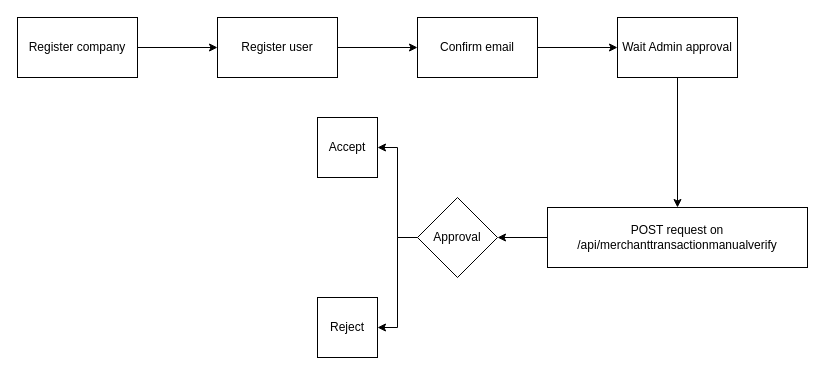
The draw.io diagram Flybyguys_merchant_registration.drawio in AlexanderPershin/Diagrams, before the edit. Source tidied: cells renumbered, new cells numbered last; positions are measured from the earlier drawing's top-left corner, leaving out a move shared by most shapes. Both pictures are drawn from the tidied source at 100%, with x=0, y=0 at pixel (17, 17).
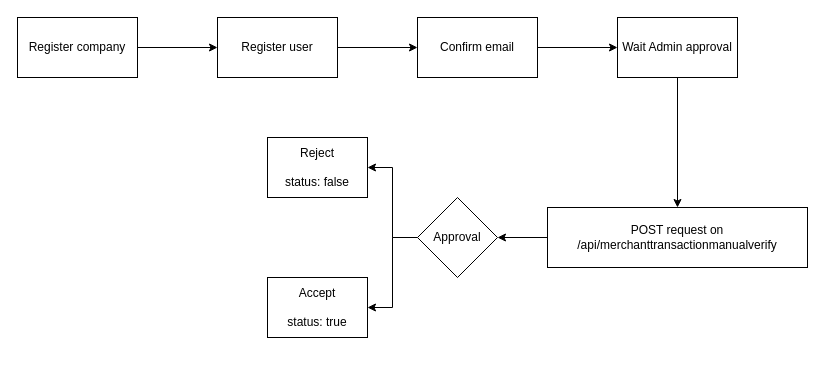
After the change.

The edit, as a diff of the source:
```diff
@@
 <mxGraphModel>
   <root>
     <mxCell id="0" />
     <mxCell id="1" parent="0" />
     <mxCell id="2" style="edgeStyle=orthogonalEdgeStyle;rounded=0;jettySize=auto;html=1;" parent="1" edge="1" source="3" target="5">
       <mxGeometry relative="1" as="geometry" />
     </mxCell>
     <mxCell id="3" value="Register company" style="rounded=0;whiteSpace=wrap;html=1;" parent="1" vertex="1">
       <mxGeometry width="120" height="60" as="geometry" />
     </mxCell>
     <mxCell id="4" style="edgeStyle=orthogonalEdgeStyle;rounded=0;jettySize=auto;html=1;" parent="1" edge="1" source="5" target="7">
       <mxGeometry relative="1" as="geometry" />
     </mxCell>
     <mxCell id="5" value="Register user" style="whiteSpace=wrap;html=1;rounded=0;" parent="1" vertex="1">
       <mxGeometry x="200" width="120" height="60" as="geometry" />
     </mxCell>
     <mxCell id="6" style="edgeStyle=orthogonalEdgeStyle;rounded=0;jettySize=auto;html=1;" parent="1" edge="1" source="7" target="9">
       <mxGeometry relative="1" as="geometry" />
     </mxCell>
     <mxCell id="7" value="Confirm email " style="whiteSpace=wrap;html=1;rounded=0;" parent="1" vertex="1">
       <mxGeometry x="400" width="120" height="60" as="geometry" />
     </mxCell>
     <mxCell id="8" style="edgeStyle=orthogonalEdgeStyle;rounded=0;jettySize=auto;html=1;" parent="1" edge="1" source="9" target="11">
       <mxGeometry relative="1" as="geometry" />
     </mxCell>
     <mxCell id="9" value="Wait Admin approval" style="whiteSpace=wrap;html=1;rounded=0;" parent="1" vertex="1">
       <mxGeometry x="600" width="120" height="60" as="geometry" />
     </mxCell>
     <mxCell id="10" style="edgeStyle=orthogonalEdgeStyle;rounded=0;jettySize=auto;html=1;exitX=0;exitY=0.5;exitDx=0;exitDy=0;entryX=1;entryY=0.5;entryDx=0;entryDy=0;" parent="1" edge="1" source="11" target="14">
       <mxGeometry relative="1" as="geometry" />
     </mxCell>
     <mxCell id="11" value="POST request on&lt;br&gt;/api/merchanttransactionmanualverify" style="whiteSpace=wrap;html=1;rounded=0;" parent="1" vertex="1">
       <mxGeometry x="530" y="190" width="260" height="60" as="geometry" />
     </mxCell>
     <mxCell id="12" style="edgeStyle=orthogonalEdgeStyle;rounded=0;jettySize=auto;html=1;entryX=1;entryY=0.5;entryDx=0;entryDy=0;" parent="1" edge="1" source="14" target="15">
       <mxGeometry relative="1" as="geometry" />
     </mxCell>
     <mxCell id="13" style="edgeStyle=orthogonalEdgeStyle;rounded=0;jettySize=auto;html=1;exitX=0;exitY=0.5;exitDx=0;exitDy=0;entryX=1;entryY=0.5;entryDx=0;entryDy=0;" parent="1" edge="1" source="14" target="16">
       <mxGeometry relative="1" as="geometry" />
     </mxCell>
     <mxCell id="14" value="Approval" style="rhombus;whiteSpace=wrap;html=1;" parent="1" vertex="1">
       <mxGeometry x="400" y="180" width="80" height="80" as="geometry" />
     </mxCell>
-    <mxCell id="15" value="Accept" style="rounded=0;whiteSpace=wrap;html=1;" parent="1" vertex="1">
-      <mxGeometry x="300" y="100" width="60" height="60" as="geometry" />
+    <mxCell id="15" value="Accept&lt;br&gt;&lt;br&gt;status: true" style="rounded=0;whiteSpace=wrap;html=1;" parent="1" vertex="1">
+      <mxGeometry x="250" y="260" width="100" height="60" as="geometry" />
     </mxCell>
-    <mxCell id="16" value="Reject" style="rounded=0;whiteSpace=wrap;html=1;" parent="1" vertex="1">
-      <mxGeometry x="300" y="280" width="60" height="60" as="geometry" />
+    <mxCell id="16" value="Reject&lt;br&gt;&lt;br&gt;status: false" style="rounded=0;whiteSpace=wrap;html=1;" parent="1" vertex="1">
+      <mxGeometry x="250" y="120" width="100" height="60" as="geometry" />
     </mxCell>
   </root>
 </mxGraphModel>
```
